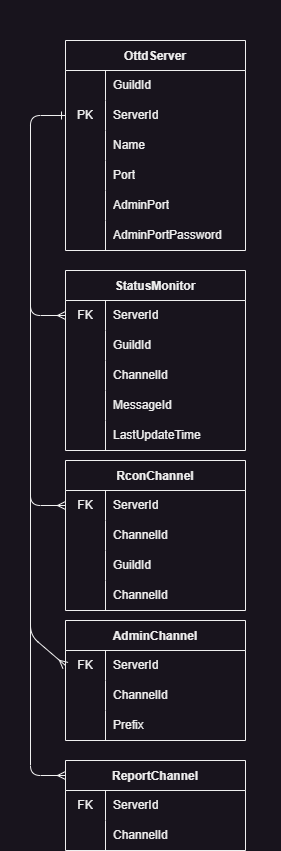
The draw.io diagram docs/database.drawio.png in shoter/OpenttdDiscord, before a commit. Source tidied: cells renumbered, new cells last; positions are measured from the earlier drawing's top-left corner, leaving out a move shared by most shapes.
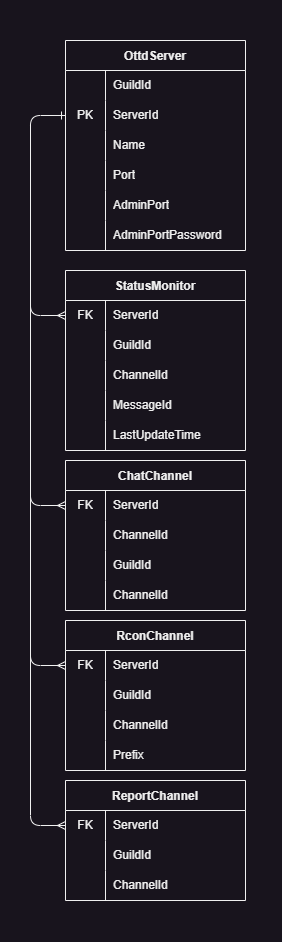
After the commit.

Commit message:
feat: update database diagram

The edit, as a diff of the source:
```diff
@@ -3,7 +3,7 @@
     <mxCell id="0" />
     <mxCell id="1" parent="0" />
     <mxCell id="2" style="whiteSpace=wrap;html=1;labelBackgroundColor=none;labelBorderColor=none;strokeColor=none;fontColor=#F0F0F0;fillColor=#18141D;" parent="1" vertex="1">
-      <mxGeometry width="280" height="850" as="geometry" />
+      <mxGeometry width="280" height="940" as="geometry" />
     </mxCell>
     <mxCell id="3" value="OttdServer" style="shape=table;startSize=30;rowLines=0;fontStyle=1;fontColor=#F0F0F0;strokeColor=#F0F0F0;fillColor=#18141D;" parent="1" vertex="1">
       <mxGeometry x="65" y="40" width="180" height="210" as="geometry" />
@@ -118,7 +118,7 @@
         </Array>
       </mxGeometry>
     </mxCell>
-    <mxCell id="39" value="RconChannel" style="shape=table;startSize=30;rowLines=0;fontStyle=1;fontColor=#F0F0F0;strokeColor=#F0F0F0;fillColor=#18141D;" parent="1" vertex="1">
+    <mxCell id="39" value="ChatChannel" style="shape=table;startSize=30;rowLines=0;fontStyle=1;fontColor=#F0F0F0;strokeColor=#F0F0F0;fillColor=#18141D;" parent="1" vertex="1">
       <mxGeometry x="65" y="460" width="180" height="150" as="geometry" />
     </mxCell>
     <mxCell id="40" style="shape=tableRow;horizontal=0;startSize=0;swimlaneHead=0;swimlaneBody=0;top=0;left=0;bottom=0;right=0;fillColor=none;points=[[0,0.5],[1,0.5]];portConstraint=eastwest;fontColor=#F0F0F0;strokeColor=#F0F0F0;" parent="39" vertex="1">
@@ -165,8 +165,8 @@
         </Array>
       </mxGeometry>
     </mxCell>
-    <mxCell id="53" value="AdminChannel" style="shape=table;startSize=30;rowLines=0;fontStyle=1;fontColor=#F0F0F0;strokeColor=#F0F0F0;fillColor=#18141D;" parent="1" vertex="1">
-      <mxGeometry x="65" y="620" width="180" height="120" as="geometry" />
+    <mxCell id="53" value="RconChannel" style="shape=table;startSize=30;rowLines=0;fontStyle=1;fontColor=#F0F0F0;strokeColor=#F0F0F0;fillColor=#18141D;" parent="1" vertex="1">
+      <mxGeometry x="65" y="620" width="180" height="150" as="geometry" />
     </mxCell>
     <mxCell id="54" style="shape=tableRow;horizontal=0;startSize=0;swimlaneHead=0;swimlaneBody=0;top=0;left=0;bottom=0;right=0;fillColor=none;points=[[0,0.5],[1,0.5]];portConstraint=eastwest;fontColor=#F0F0F0;strokeColor=#F0F0F0;" parent="53" vertex="1">
       <mxGeometry y="30" width="180" height="30" as="geometry" />
@@ -177,8 +177,17 @@
     <mxCell id="56" value="ServerId" style="shape=partialRectangle;html=1;whiteSpace=wrap;fillColor=none;top=0;left=0;bottom=0;right=0;align=left;spacingLeft=6;overflow=hidden;fontColor=#F0F0F0;strokeColor=#F0F0F0;" parent="54" vertex="1">
       <mxGeometry x="40" width="140" height="30" as="geometry" />
     </mxCell>
+    <mxCell id="72" style="shape=tableRow;horizontal=0;startSize=0;swimlaneHead=0;swimlaneBody=0;top=0;left=0;bottom=0;right=0;fillColor=none;fontColor=#F0F0F0;strokeColor=#F0F0F0;" parent="53" vertex="1">
+      <mxGeometry y="60" width="180" height="30" as="geometry" />
+    </mxCell>
+    <mxCell id="73" style="shape=partialRectangle;html=1;whiteSpace=wrap;fillColor=none;top=0;left=0;bottom=0;right=0;overflow=hidden;fontColor=#F0F0F0;strokeColor=#F0F0F0;" parent="72" vertex="1">
+      <mxGeometry width="40" height="30" as="geometry" />
+    </mxCell>
+    <mxCell id="74" value="GuildId" style="shape=partialRectangle;html=1;whiteSpace=wrap;fillColor=none;top=0;left=0;bottom=0;right=0;align=left;spacingLeft=6;overflow=hidden;fontColor=#F0F0F0;strokeColor=#F0F0F0;" parent="72" vertex="1">
+      <mxGeometry x="40" width="140" height="30" as="geometry" />
+    </mxCell>
     <mxCell id="57" style="shape=tableRow;horizontal=0;startSize=0;swimlaneHead=0;swimlaneBody=0;top=0;left=0;bottom=0;right=0;fillColor=none;fontColor=#F0F0F0;strokeColor=#F0F0F0;" parent="53" vertex="1">
-      <mxGeometry y="60" width="180" height="30" as="geometry" />
+      <mxGeometry y="90" width="180" height="30" as="geometry" />
     </mxCell>
     <mxCell id="58" style="shape=partialRectangle;html=1;whiteSpace=wrap;fillColor=none;top=0;left=0;bottom=0;right=0;overflow=hidden;fontColor=#F0F0F0;strokeColor=#F0F0F0;" parent="57" vertex="1">
       <mxGeometry width="40" height="30" as="geometry" />
@@ -187,7 +196,7 @@
       <mxGeometry x="40" width="140" height="30" as="geometry" />
     </mxCell>
     <mxCell id="60" style="shape=tableRow;horizontal=0;startSize=0;swimlaneHead=0;swimlaneBody=0;top=0;left=0;bottom=0;right=0;fillColor=none;fontColor=#F0F0F0;strokeColor=#F0F0F0;" parent="53" vertex="1">
-      <mxGeometry y="90" width="180" height="30" as="geometry" />
+      <mxGeometry y="120" width="180" height="30" as="geometry" />
     </mxCell>
     <mxCell id="61" style="shape=partialRectangle;html=1;whiteSpace=wrap;fillColor=none;top=0;left=0;bottom=0;right=0;overflow=hidden;fontColor=#F0F0F0;strokeColor=#F0F0F0;" parent="60" vertex="1">
       <mxGeometry width="40" height="30" as="geometry" />
@@ -199,12 +208,12 @@
       <mxGeometry relative="1" as="geometry">
         <mxPoint x="30" y="410" as="targetPoint" />
         <Array as="points">
-          <mxPoint x="30" y="635" />
+          <mxPoint x="30" y="665" />
         </Array>
       </mxGeometry>
     </mxCell>
     <mxCell id="64" value="ReportChannel" style="shape=table;startSize=30;rowLines=0;fontStyle=1;fontColor=#F0F0F0;strokeColor=#F0F0F0;fillColor=#18141D;" parent="1" vertex="1">
-      <mxGeometry x="65" y="760" width="180" height="90" as="geometry" />
+      <mxGeometry x="65" y="780" width="180" height="120" as="geometry" />
     </mxCell>
     <mxCell id="65" style="shape=tableRow;horizontal=0;startSize=0;swimlaneHead=0;swimlaneBody=0;top=0;left=0;bottom=0;right=0;fillColor=none;points=[[0,0.5],[1,0.5]];portConstraint=eastwest;fontColor=#F0F0F0;strokeColor=#F0F0F0;" parent="64" vertex="1">
       <mxGeometry y="30" width="180" height="30" as="geometry" />
@@ -215,8 +224,17 @@
     <mxCell id="67" value="ServerId" style="shape=partialRectangle;html=1;whiteSpace=wrap;fillColor=none;top=0;left=0;bottom=0;right=0;align=left;spacingLeft=6;overflow=hidden;fontColor=#F0F0F0;strokeColor=#F0F0F0;" parent="65" vertex="1">
       <mxGeometry x="40" width="140" height="30" as="geometry" />
     </mxCell>
+    <mxCell id="75" style="shape=tableRow;horizontal=0;startSize=0;swimlaneHead=0;swimlaneBody=0;top=0;left=0;bottom=0;right=0;fillColor=none;fontColor=#F0F0F0;strokeColor=#F0F0F0;" parent="64" vertex="1">
+      <mxGeometry y="60" width="180" height="30" as="geometry" />
+    </mxCell>
+    <mxCell id="76" style="shape=partialRectangle;html=1;whiteSpace=wrap;fillColor=none;top=0;left=0;bottom=0;right=0;overflow=hidden;fontColor=#F0F0F0;strokeColor=#F0F0F0;" parent="75" vertex="1">
+      <mxGeometry width="40" height="30" as="geometry" />
+    </mxCell>
+    <mxCell id="77" value="GuildId" style="shape=partialRectangle;html=1;whiteSpace=wrap;fillColor=none;top=0;left=0;bottom=0;right=0;align=left;spacingLeft=6;overflow=hidden;fontColor=#F0F0F0;strokeColor=#F0F0F0;" parent="75" vertex="1">
+      <mxGeometry x="40" width="140" height="30" as="geometry" />
+    </mxCell>
     <mxCell id="68" style="shape=tableRow;horizontal=0;startSize=0;swimlaneHead=0;swimlaneBody=0;top=0;left=0;bottom=0;right=0;fillColor=none;fontColor=#F0F0F0;strokeColor=#F0F0F0;" parent="64" vertex="1">
-      <mxGeometry y="60" width="180" height="30" as="geometry" />
+      <mxGeometry y="90" width="180" height="30" as="geometry" />
     </mxCell>
     <mxCell id="69" style="shape=partialRectangle;html=1;whiteSpace=wrap;fillColor=none;top=0;left=0;bottom=0;right=0;overflow=hidden;fontColor=#F0F0F0;strokeColor=#F0F0F0;" parent="68" vertex="1">
       <mxGeometry width="40" height="30" as="geometry" />
@@ -224,12 +242,11 @@
     <mxCell id="70" value="ChannelId" style="shape=partialRectangle;html=1;whiteSpace=wrap;fillColor=none;top=0;left=0;bottom=0;right=0;align=left;spacingLeft=6;overflow=hidden;fontColor=#F0F0F0;strokeColor=#F0F0F0;" parent="68" vertex="1">
       <mxGeometry x="40" width="140" height="30" as="geometry" />
     </mxCell>
-    <mxCell id="71" style="endArrow=none;html=1;exitX=0;exitY=0.5;exitDx=0;exitDy=0;startArrow=ERmany;startFill=0;fontColor=#F0F0F0;strokeColor=#F0F0F0;" parent="1" edge="1">
+    <mxCell id="71" style="endArrow=none;html=1;exitX=0;exitY=0.5;exitDx=0;exitDy=0;startArrow=ERmany;startFill=0;fontColor=#F0F0F0;strokeColor=#F0F0F0;" parent="1" edge="1" source="65">
       <mxGeometry relative="1" as="geometry">
-        <mxPoint x="65" y="775" as="sourcePoint" />
         <mxPoint x="30" y="560" as="targetPoint" />
         <Array as="points">
-          <mxPoint x="30" y="775" />
+          <mxPoint x="30" y="825" />
         </Array>
       </mxGeometry>
     </mxCell>
```
